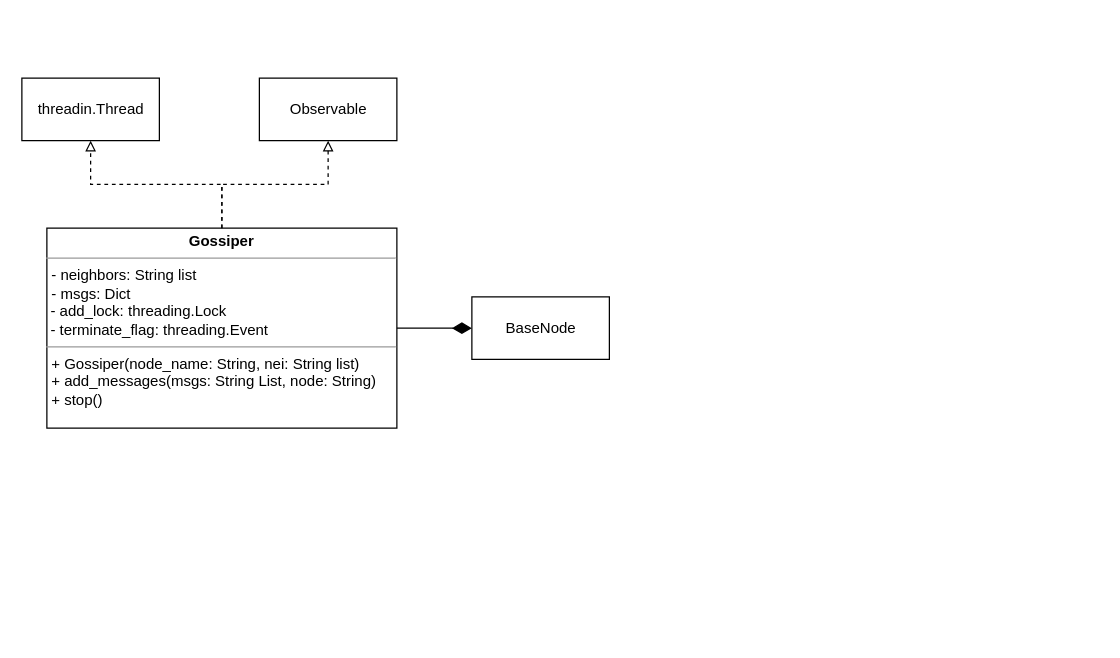
Above: Diagramas/class4.drawio in p2pfl/p2pfl (draw.io), before the change. Source tidied: cells renumbered, new cells numbered last; positions are measured from the earlier drawing's top-left corner, leaving out a move shared by most shapes. Both pictures are drawn from the tidied source at 125%, with x=0, y=0 at pixel (21, 78).
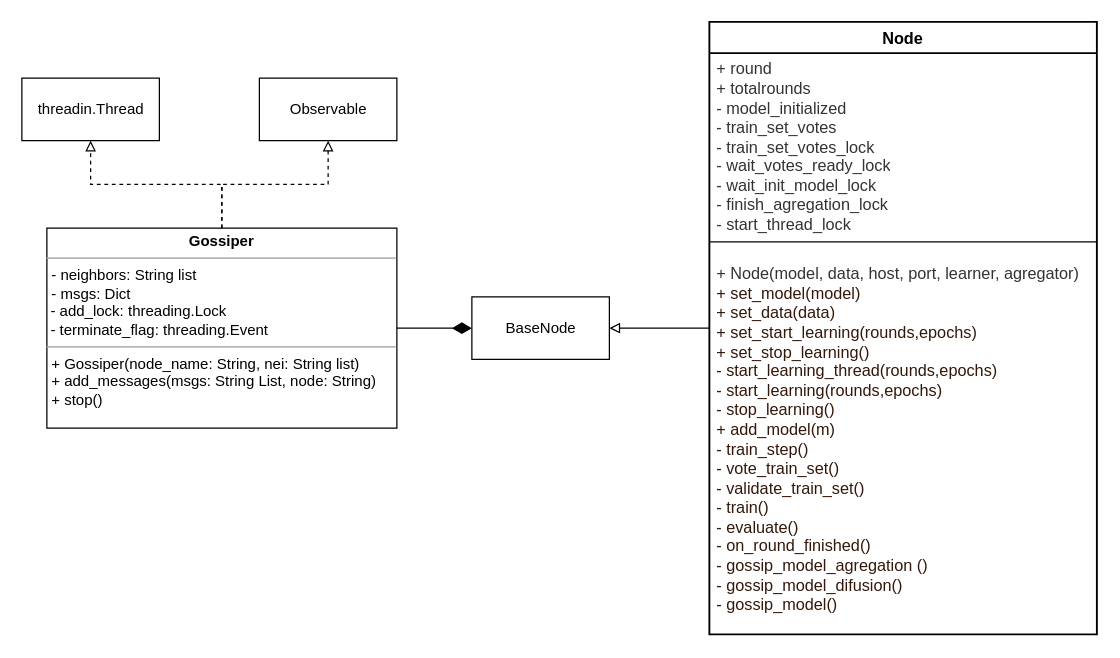
Above is the later version.

Diff of the diagram source:
```diff
@@
 <mxGraphModel>
   <root>
     <mxCell id="0" />
     <mxCell id="1" parent="0" />
     <mxCell id="2" style="edgeStyle=orthogonalEdgeStyle;rounded=0;jettySize=auto;html=1;entryX=0.5;entryY=1;entryDx=0;entryDy=0;dashed=1;endArrow=block;endFill=0;" parent="1" edge="1" source="3" target="5">
       <mxGeometry relative="1" as="geometry" />
     </mxCell>
     <mxCell id="3" value="&lt;p style=&quot;margin:0px;margin-top:4px;text-align:center;&quot;&gt;&lt;b&gt;Gossiper&lt;/b&gt;&lt;/p&gt;&lt;hr size=&quot;1&quot;&gt;&lt;p style=&quot;margin:0px;margin-left:4px;&quot;&gt;&lt;span style=&quot;background-color: initial;&quot;&gt;- neighbors: String list&lt;/span&gt;&lt;br&gt;&lt;/p&gt;&lt;p style=&quot;margin: 0px 0px 0px 4px;&quot;&gt;- msgs: Dict&lt;br&gt;&lt;/p&gt;&amp;nbsp;- add_lock: threading.Lock&lt;br&gt;&amp;nbsp;- terminate_flag: threading.Event&lt;br&gt;&lt;hr size=&quot;1&quot;&gt;&lt;p style=&quot;margin:0px;margin-left:4px;&quot;&gt;+ Gossiper(node_name: String, nei: String list)&lt;br&gt;&lt;/p&gt;&lt;p style=&quot;margin: 0px 0px 0px 4px;&quot;&gt;+ add_messages(msgs: String List, node: String)&lt;/p&gt;&lt;p style=&quot;margin: 0px 0px 0px 4px;&quot;&gt;+ stop()&lt;/p&gt;&lt;p style=&quot;margin: 0px 0px 0px 4px;&quot;&gt;&lt;br&gt;&lt;/p&gt;" style="verticalAlign=top;align=left;overflow=fill;fontSize=12;fontFamily=Helvetica;html=1;" parent="1" vertex="1">
       <mxGeometry x="20" y="120" width="280" height="160" as="geometry" />
     </mxCell>
     <mxCell id="4" value="threadin.Thread" style="html=1;" parent="1" vertex="1">
       <mxGeometry width="110" height="50" as="geometry" />
     </mxCell>
     <mxCell id="5" value="Observable" style="html=1;" parent="1" vertex="1">
       <mxGeometry x="190" width="110" height="50" as="geometry" />
     </mxCell>
     <mxCell id="6" style="edgeStyle=orthogonalEdgeStyle;rounded=0;jettySize=auto;html=1;entryX=0.5;entryY=1;entryDx=0;entryDy=0;dashed=1;endArrow=block;endFill=0;exitX=0.5;exitY=0;exitDx=0;exitDy=0;" parent="1" edge="1" source="3" target="4">
       <mxGeometry relative="1" as="geometry" />
     </mxCell>
     <mxCell id="7" style="edgeStyle=orthogonalEdgeStyle;rounded=0;jettySize=auto;html=1;endArrow=diamondThin;endFill=1;endSize=13;exitX=1;exitY=0.5;exitDx=0;exitDy=0;" parent="1" edge="1" source="3" target="8">
       <mxGeometry relative="1" as="geometry" />
     </mxCell>
     <mxCell id="8" value="BaseNode" style="html=1;" parent="1" vertex="1">
       <mxGeometry x="360" y="175" width="110" height="50" as="geometry" />
     </mxCell>
+    <mxCell id="9" style="edgeStyle=orthogonalEdgeStyle;rounded=0;jettySize=auto;html=1;entryX=1;entryY=0.5;entryDx=0;entryDy=0;endArrow=block;endFill=0;" parent="1" edge="1" source="10" target="8">
+      <mxGeometry relative="1" as="geometry" />
+    </mxCell>
+    <mxCell id="10" value="Node" style="html=1;overflow=block;blockSpacing=1;swimlane;horizontal=1;swimlaneFillColor=#ffffff;startSize=25;whiteSpace=wrap;fontSize=13;fontStyle=1;align=center;spacing=0;strokeOpacity=100;fillOpacity=100;strokeWidth=1.5;" parent="1" vertex="1">
+      <mxGeometry x="550" y="-45" width="310" height="490" as="geometry" />
+    </mxCell>
+    <mxCell id="11" value="+ round&lt;br&gt;+ totalrounds&lt;br&gt;- model_initialized&lt;br&gt;- train_set_votes&lt;br&gt;- train_set_votes_lock&lt;br&gt;- wait_votes_ready_lock&lt;br&gt;&lt;span style=&quot;background-color: initial;&quot;&gt;- wait_init_model_lock&amp;nbsp;&lt;br&gt;&lt;/span&gt;&lt;span style=&quot;background-color: initial;&quot;&gt;- finish_agregation_lock&lt;br&gt;&lt;/span&gt;- start_thread_lock&lt;span style=&quot;background-color: initial;&quot;&gt;&lt;br&gt;&lt;/span&gt;" style="html=1;strokeColor=none;fillColor=none;align=left;verticalAlign=middle;spacingLeft=4;spacingRight=4;overflow=hidden;swimlaneFillColor=#ffffff;strokeOpacity=100;fillOpacity=100;whiteSpace=wrap;fontSize=13;fontColor=#333333;" parent="10" vertex="1">
+      <mxGeometry y="25" width="310" height="150" as="geometry" />
+    </mxCell>
+    <mxCell id="12" style="line;strokeWidth=1;fillColor=none;align=left;verticalAlign=middle;spacingTop=-1;spacingLeft=3;spacingRight=3;labelPosition=right;" parent="10" vertex="1">
+      <mxGeometry y="175" width="310" height="2" as="geometry" />
+    </mxCell>
+    <mxCell id="13" value="+ Node(model, data, host, port, learner, agregator)&lt;font color=&quot;#33180a&quot;&gt;&lt;br&gt;+ set_model(model) &lt;br&gt;+ set_data(data)&lt;/font&gt;&lt;font color=&quot;#33180a&quot;&gt;&lt;br&gt;+ set_start_learning(&lt;/font&gt;&lt;span style=&quot;color: rgb(51, 24, 10);&quot;&gt;rounds,epochs&lt;/span&gt;&lt;font color=&quot;#33180a&quot;&gt;)&lt;/font&gt;&lt;font color=&quot;#33180a&quot;&gt;&lt;br&gt;+ set_stop_learning()&lt;/font&gt;&lt;font color=&quot;#33180a&quot;&gt;&lt;br&gt;- start_learning_thread(rounds,epochs)&lt;br&gt;- start_learning(&lt;/font&gt;&lt;span style=&quot;color: rgb(51, 24, 10);&quot;&gt;rounds,epochs&lt;/span&gt;&lt;font color=&quot;#33180a&quot;&gt;)&lt;br&gt;- stop_learning()&lt;/font&gt;&lt;br style=&quot;color: rgb(51, 24, 10);&quot;&gt;&lt;span style=&quot;color: rgb(51, 24, 10);&quot;&gt;+ add_model(m)&lt;/span&gt;&lt;br style=&quot;color: rgb(51, 24, 10);&quot;&gt;&lt;span style=&quot;color: rgb(51, 24, 10);&quot;&gt;- train_step()&lt;/span&gt;&lt;br style=&quot;color: rgb(51, 24, 10);&quot;&gt;&lt;span style=&quot;color: rgb(51, 24, 10);&quot;&gt;- vote_train_set()&lt;/span&gt;&lt;br style=&quot;color: rgb(51, 24, 10);&quot;&gt;&lt;span style=&quot;color: rgb(51, 24, 10);&quot;&gt;- validate_train_set()&lt;/span&gt;&lt;font color=&quot;#33180a&quot;&gt;&lt;br&gt;- train()&lt;br&gt;- evaluate()&lt;br&gt;- on_round_finished()&lt;br&gt;- gossip_model_agregation ()&lt;br&gt;- gossip_model_difusion()&lt;br&gt;- gossip_model()&lt;br&gt;&lt;/font&gt;" style="html=1;strokeColor=none;fillColor=none;align=left;verticalAlign=middle;spacingLeft=4;spacingRight=4;overflow=hidden;swimlaneFillColor=#ffffff;strokeOpacity=100;fillOpacity=100;whiteSpace=wrap;fontSize=13;fontColor=#333333;" parent="10" vertex="1">
+      <mxGeometry y="177" width="310" height="313" as="geometry" />
+    </mxCell>
   </root>
 </mxGraphModel>
```
